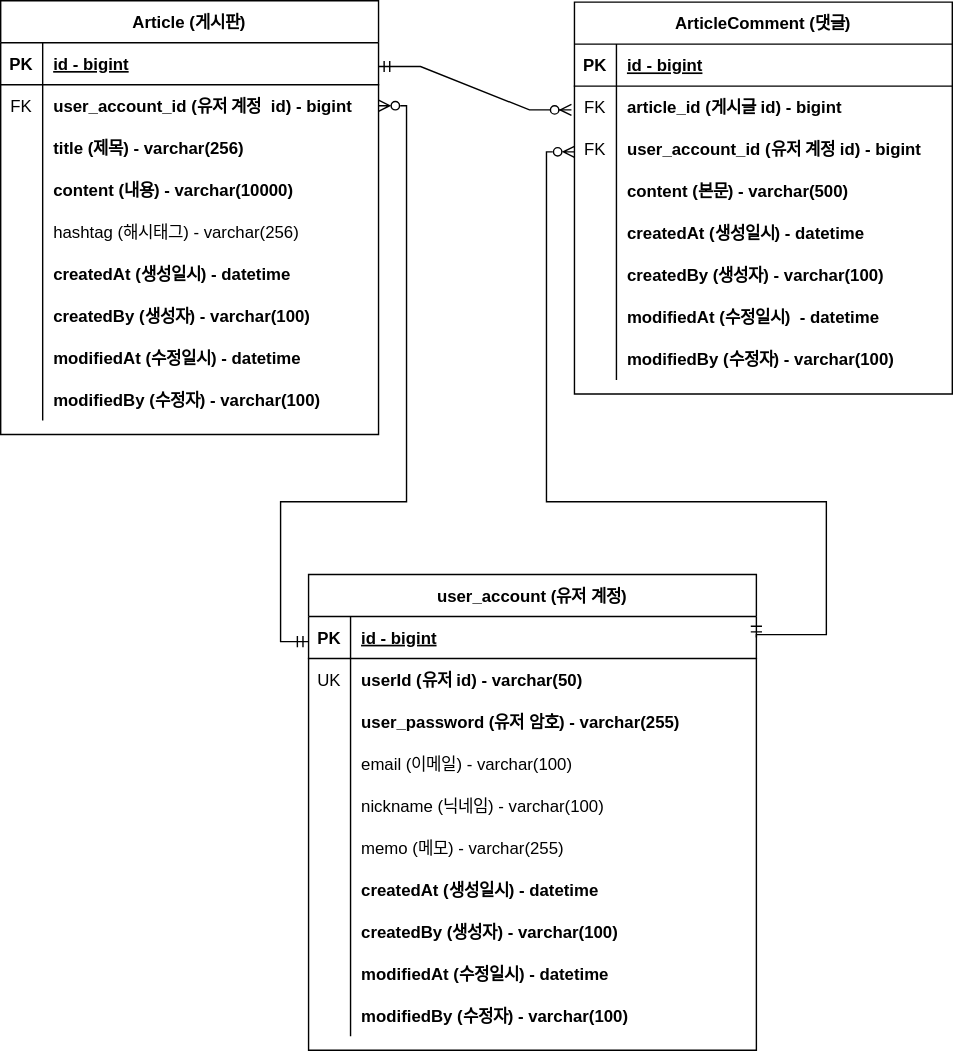
This is document/project-board-erd.svg from kimhyeyun/SPRING-BOARD-PROJECT, a draw.io export, as it was before one commit. Source tidied: cells renumbered, new cells last; positions are measured from the earlier drawing's top-left corner, leaving out a move shared by most shapes.
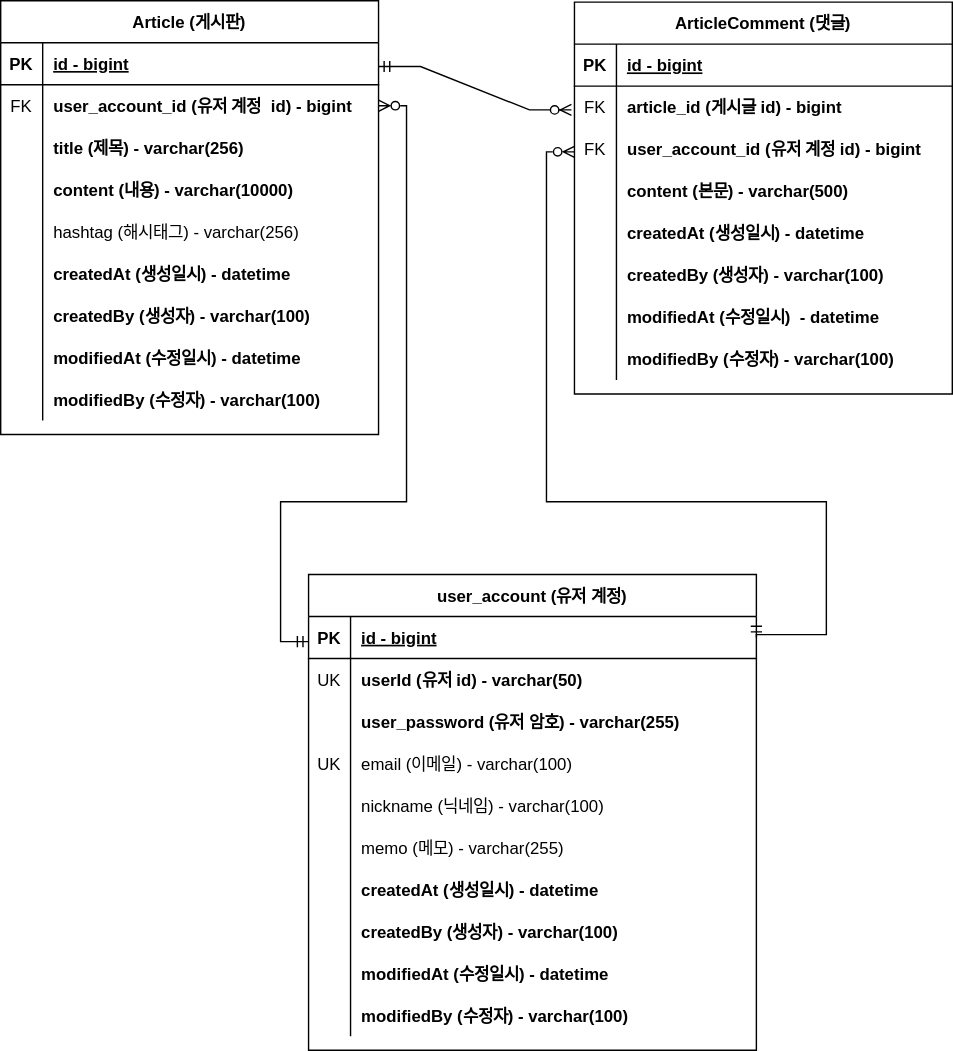
After the change.

Commit message:
#33 - ERD 업데이트:회원 계정 도메인의 이메일에 유니크 키 추가

Diff of the diagram source:
```diff
@@ -218,7 +218,7 @@
     <mxCell id="68" style="shape=partialRectangle;fillColor=none;top=0;left=0;right=0;bottom=0;" parent="58" vertex="1">
       <mxGeometry y="120" width="320" height="30" as="geometry" />
     </mxCell>
-    <mxCell id="69" style="shape=partialRectangle;overflow=hidden;fillColor=none;top=0;left=0;bottom=0;right=0;" parent="68" vertex="1">
+    <mxCell id="69" value="UK" style="shape=partialRectangle;overflow=hidden;fillColor=none;top=0;left=0;bottom=0;right=0;" parent="68" vertex="1">
       <mxGeometry width="30" height="30" as="geometry" />
     </mxCell>
     <mxCell id="70" value="email (이메일) - varchar(100)" style="shape=partialRectangle;overflow=hidden;fillColor=none;top=0;left=0;bottom=0;right=0;align=left;spacingLeft=6;fontStyle=0;" parent="68" vertex="1">
```
